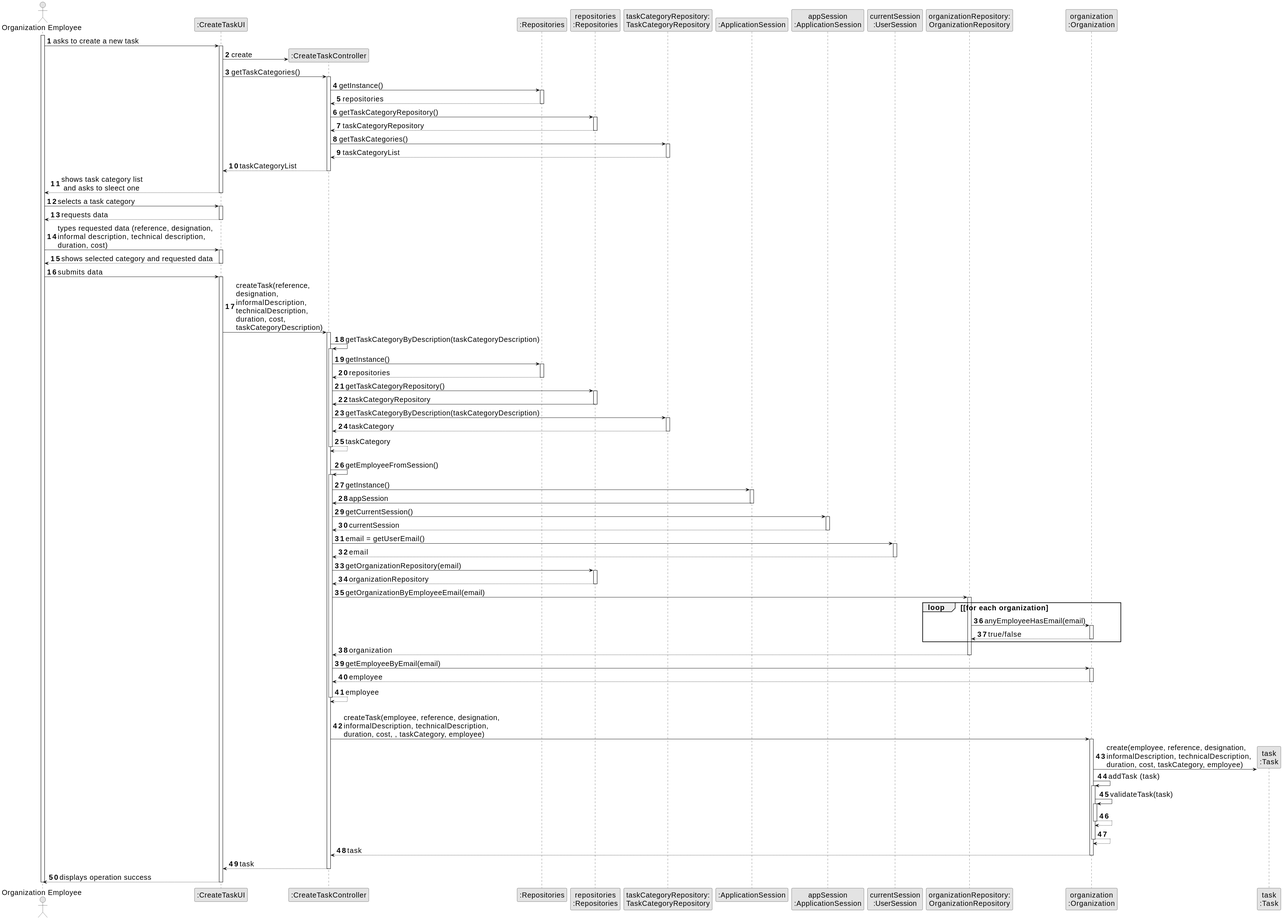
Earlier version of the PlantUML export docs/tp01/svg/uc6-sequence-diagram-full.svg (PureNimble/ISEP-LAPR2).
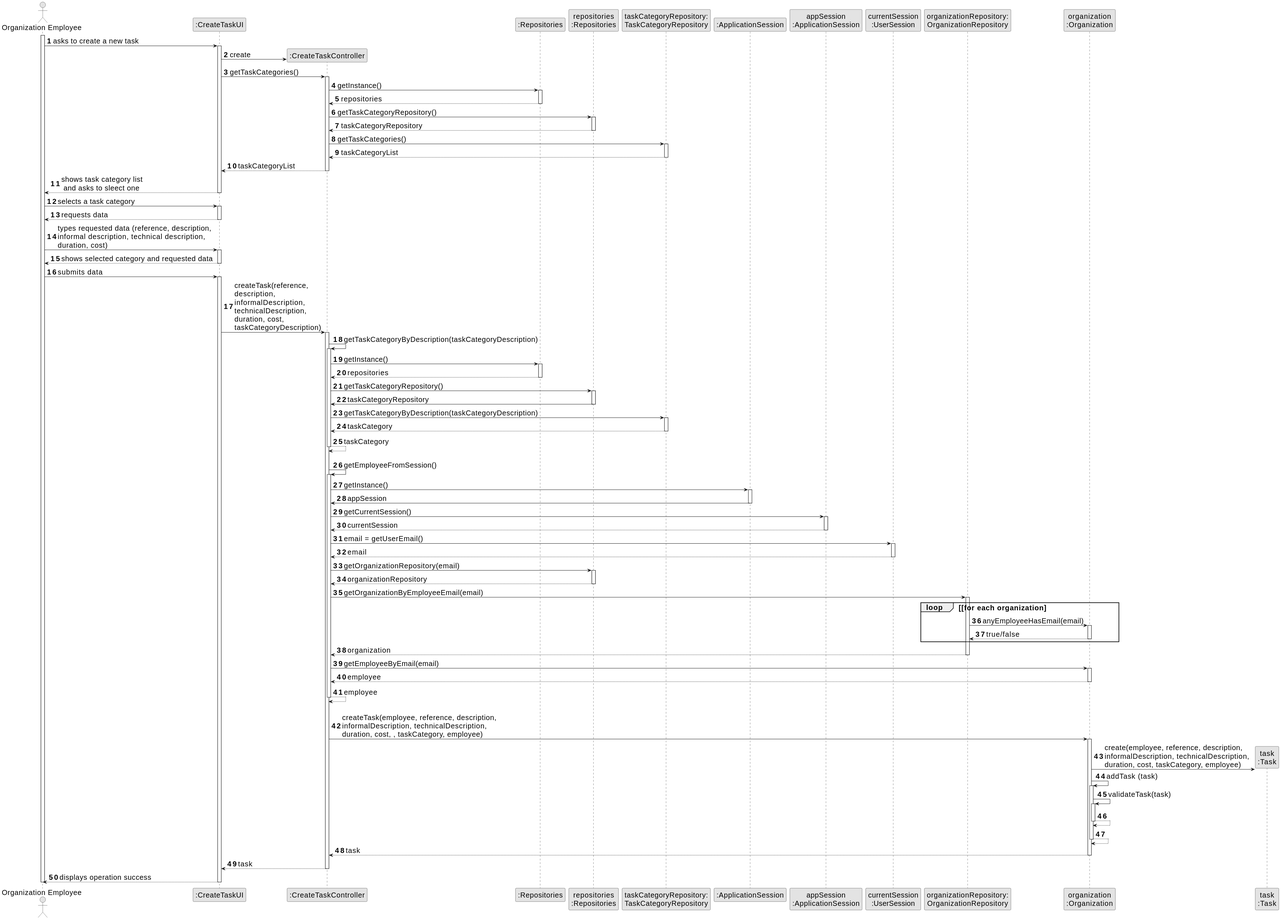
Above is the later version.

Diff of the diagram source:
```diff
@@ -60,7 +60,7 @@
         UI --> ADM : requests data
     deactivate UI
 
-    ADM -> UI : types requested data (reference, designation, \ninformal description, technical description,\nduration, cost)
+    ADM -> UI : types requested data (reference, description, \ninformal description, technical description,\nduration, cost)
     activate UI
 
         UI --> ADM : shows selected category and requested data
@@ -69,7 +69,7 @@
     ADM -> UI : submits data
     activate UI
 
-        UI -> CTRL : createTask(reference,\ndesignation,\ninformalDescription,\ntechnicalDescription,\nduration, cost,\ntaskCategoryDescription)
+        UI -> CTRL : createTask(reference,\ndescription,\ninformalDescription,\ntechnicalDescription,\nduration, cost,\ntaskCategoryDescription)
         activate CTRL
 
             CTRL -> CTRL : getTaskCategoryByDescription(taskCategoryDescription)
@@ -148,10 +148,10 @@
             deactivate CTRL
 
             |||
-            CTRL -> ORG: createTask(employee, reference, designation,\ninformalDescription, technicalDescription,\nduration, cost, , taskCategory, employee)
+            CTRL -> ORG: createTask(employee, reference, description,\ninformalDescription, technicalDescription,\nduration, cost, , taskCategory, employee)
             activate ORG
 
-                ORG -> TAREFA**: create(employee, reference, designation,\ninformalDescription, technicalDescription,\nduration, cost, taskCategory, employee)
+                ORG -> TAREFA**: create(employee, reference, description,\ninformalDescription, technicalDescription,\nduration, cost, taskCategory, employee)
                 ORG -> ORG: addTask (task)
 
 
```
